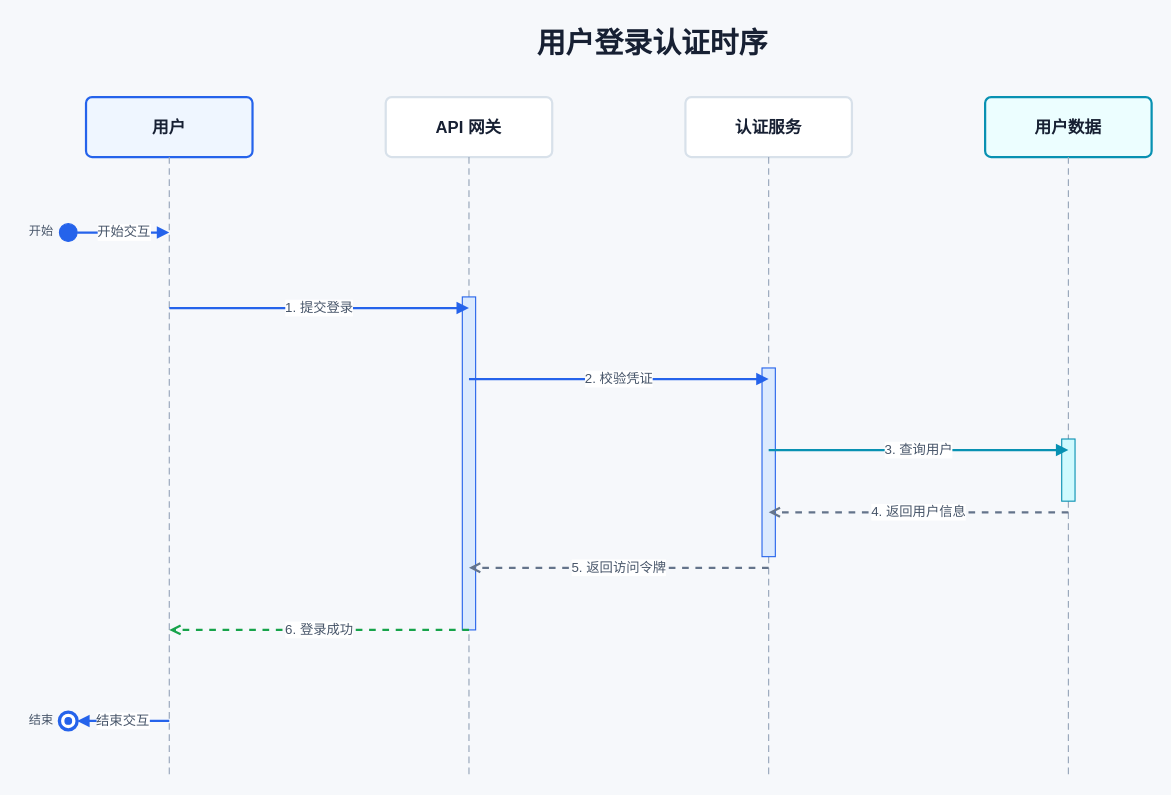
This is .opencode/skills/xml-diagram/examples/sequence-light-login.drawio from BeWaterMyFriend7/SKILL-PROJECT, a draw.io file, before an edit. Source tidied: cells renumbered, new cells numbered last; positions are measured from the earlier drawing's top-left corner, leaving out a move shared by most shapes. Both pictures are drawn from the tidied source at 111%, with x=0, y=0 at pixel (19, 19).
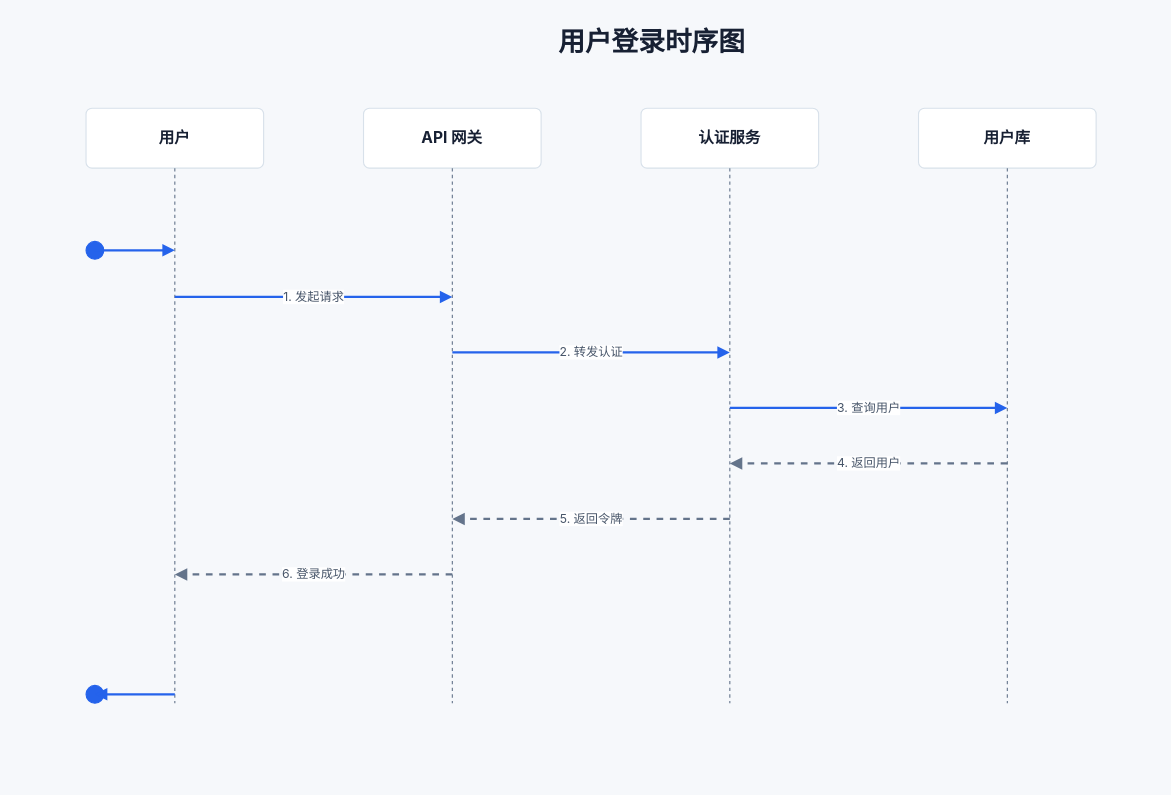
The same diagram, later.

What changed in the source:
```diff
@@
-    <mxCell id="2" value="用户登录认证时序" style="text;html=1;strokeColor=none;fillColor=none;align=center;fontSize=26;fontStyle=1;fontColor=#172033;" parent="1" vertex="1">
-      <mxGeometry x="330" width="480" height="42" as="geometry" />
-    </mxCell>
+    <mxCell id="27" value="用户登录时序图" style="text;strokeColor=none;fillColor=none;align=center;verticalAlign=middle;html=1;whiteSpace=wrap;fontFamily=Inter, Noto Sans SC, Microsoft YaHei, sans-serif;fontSize=24;fontColor=#172033;fontStyle=1;" parent="1" vertex="1">
+      <mxGeometry x="330" width="480" height="42" as="geometry" />
+    </mxCell>
-    <mxCell id="3" value="用户" style="rounded=1;arcSize=10;whiteSpace=wrap;html=1;fillColor=#EFF6FF;strokeColor=#2563EB;strokeWidth=2;fontColor=#172033;fontSize=15;fontStyle=1;" parent="1" vertex="1">
-      <mxGeometry x="60" y="70" width="150" height="54" as="geometry" />
+    <mxCell id="3" value="用户" style="rounded=1;arcSize=10;fillColor=#FFFFFF;strokeColor=#D8E1EA;html=1;whiteSpace=wrap;fontFamily=Inter, Noto Sans SC, Microsoft YaHei, sans-serif;fontSize=14;fontColor=#172033;fontStyle=1;" parent="1" vertex="1">
+      <mxGeometry x="60" y="80" width="160" height="54" as="geometry" />
     </mxCell>
+    <mxCell id="28" style="endArrow=none;dashed=1;html=1;strokeColor=#64748B;strokeWidth=1;" parent="1" edge="1">
+      <mxGeometry relative="1" as="geometry">
+        <mxPoint x="140" y="134" as="sourcePoint" />
+        <mxPoint x="140" y="616" as="targetPoint" />
+      </mxGeometry>
+    </mxCell>
-    <mxCell id="4" value="API 网关" style="rounded=1;arcSize=10;whiteSpace=wrap;html=1;fillColor=#FFFFFF;strokeColor=#D8E1EA;strokeWidth=2;fontColor=#172033;fontSize=15;fontStyle=1;" parent="1" vertex="1">
-      <mxGeometry x="330" y="70" width="150" height="54" as="geometry" />
+    <mxCell id="4" value="API 网关" style="rounded=1;arcSize=10;fillColor=#FFFFFF;strokeColor=#D8E1EA;html=1;whiteSpace=wrap;fontFamily=Inter, Noto Sans SC, Microsoft YaHei, sans-serif;fontSize=14;fontColor=#172033;fontStyle=1;" parent="1" vertex="1">
+      <mxGeometry x="310" y="80" width="160" height="54" as="geometry" />
     </mxCell>
+    <mxCell id="29" style="endArrow=none;dashed=1;html=1;strokeColor=#64748B;strokeWidth=1;" parent="1" edge="1">
+      <mxGeometry relative="1" as="geometry">
+        <mxPoint x="390" y="134" as="sourcePoint" />
+        <mxPoint x="390" y="616" as="targetPoint" />
+      </mxGeometry>
+    </mxCell>
-    <mxCell id="5" value="认证服务" style="rounded=1;arcSize=10;whiteSpace=wrap;html=1;fillColor=#FFFFFF;strokeColor=#D8E1EA;strokeWidth=2;fontColor=#172033;fontSize=15;fontStyle=1;" parent="1" vertex="1">
-      <mxGeometry x="600" y="70" width="150" height="54" as="geometry" />
+    <mxCell id="5" value="认证服务" style="rounded=1;arcSize=10;fillColor=#FFFFFF;strokeColor=#D8E1EA;html=1;whiteSpace=wrap;fontFamily=Inter, Noto Sans SC, Microsoft YaHei, sans-serif;fontSize=14;fontColor=#172033;fontStyle=1;" parent="1" vertex="1">
+      <mxGeometry x="560" y="80" width="160" height="54" as="geometry" />
     </mxCell>
-    <mxCell id="6" value="用户数据" style="rounded=1;arcSize=10;whiteSpace=wrap;html=1;fillColor=#ECFEFF;strokeColor=#0891B2;strokeWidth=2;fontColor=#172033;fontSize=15;fontStyle=1;" parent="1" vertex="1">
-      <mxGeometry x="870" y="70" width="150" height="54" as="geometry" />
-    </mxCell>
-    <mxCell id="7" style="edgeStyle=none;html=1;strokeColor=#94A3B8;dashed=1;dashPattern=6 4;startArrow=none;endArrow=none;" parent="1" edge="1">
-      <mxGeometry relative="1" as="geometry">
-        <mxPoint x="135" y="124" as="sourcePoint" />
-        <mxPoint x="135" y="680" as="targetPoint" />
-      </mxGeometry>
-    </mxCell>
-    <mxCell id="8" style="edgeStyle=none;html=1;strokeColor=#94A3B8;dashed=1;dashPattern=6 4;startArrow=none;endArrow=none;" parent="1" edge="1">
-      <mxGeometry relative="1" as="geometry">
-        <mxPoint x="405" y="124" as="sourcePoint" />
-        <mxPoint x="405" y="680" as="targetPoint" />
-      </mxGeometry>
-    </mxCell>
-    <mxCell id="9" style="edgeStyle=none;html=1;strokeColor=#94A3B8;dashed=1;dashPattern=6 4;startArrow=none;endArrow=none;" parent="1" edge="1">
-      <mxGeometry relative="1" as="geometry">
-        <mxPoint x="675" y="124" as="sourcePoint" />
-        <mxPoint x="675" y="680" as="targetPoint" />
-      </mxGeometry>
-    </mxCell>
-    <mxCell id="10" style="edgeStyle=none;html=1;strokeColor=#94A3B8;dashed=1;dashPattern=6 4;startArrow=none;endArrow=none;" parent="1" edge="1">
-      <mxGeometry relative="1" as="geometry">
-        <mxPoint x="945" y="124" as="sourcePoint" />
-        <mxPoint x="945" y="680" as="targetPoint" />
-      </mxGeometry>
-    </mxCell>
+    <mxCell id="30" style="endArrow=none;dashed=1;html=1;strokeColor=#64748B;strokeWidth=1;" parent="1" edge="1">
+      <mxGeometry relative="1" as="geometry">
+        <mxPoint x="640" y="134" as="sourcePoint" />
+        <mxPoint x="640" y="616" as="targetPoint" />
+      </mxGeometry>
+    </mxCell>
+    <mxCell id="31" value="用户库" style="rounded=1;arcSize=10;fillColor=#FFFFFF;strokeColor=#D8E1EA;html=1;whiteSpace=wrap;fontFamily=Inter, Noto Sans SC, Microsoft YaHei, sans-serif;fontSize=14;fontColor=#172033;fontStyle=1;" parent="1" vertex="1">
+      <mxGeometry x="810" y="80" width="160" height="54" as="geometry" />
+    </mxCell>
+    <mxCell id="32" style="endArrow=none;dashed=1;html=1;strokeColor=#64748B;strokeWidth=1;" parent="1" edge="1">
+      <mxGeometry relative="1" as="geometry">
+        <mxPoint x="890" y="134" as="sourcePoint" />
+        <mxPoint x="890" y="616" as="targetPoint" />
+      </mxGeometry>
+    </mxCell>
-    <mxCell id="11" style="ellipse;whiteSpace=wrap;html=1;fillColor=#2563EB;strokeColor=#2563EB;" parent="1" vertex="1">
-      <mxGeometry x="36" y="184" width="16" height="16" as="geometry" />
+    <mxCell id="11" style="ellipse;fillColor=#2563EB;strokeColor=#2563EB;align=center;verticalAlign=middle;html=1;whiteSpace=wrap;fontFamily=Inter, Noto Sans SC, Microsoft YaHei, sans-serif;fontSize=12;fontColor=#475569;" parent="1" vertex="1">
+      <mxGeometry x="60" y="200" width="16" height="16" as="geometry" />
     </mxCell>
-    <mxCell id="12" value="开始" style="text;html=1;strokeColor=none;fillColor=none;align=right;fontSize=11;fontColor=#475569;" parent="1" vertex="1">
-      <mxGeometry y="178" width="32" height="24" as="geometry" />
-    </mxCell>
-    <mxCell id="13" style="ellipse;whiteSpace=wrap;html=1;fillColor=#FFFFFF;strokeColor=#2563EB;strokeWidth=3;" parent="1" vertex="1">
-      <mxGeometry x="36" y="624" width="16" height="16" as="geometry" />
+    <mxCell id="13" style="ellipse;fillColor=#2563EB;strokeColor=#2563EB;align=center;verticalAlign=middle;html=1;whiteSpace=wrap;fontFamily=Inter, Noto Sans SC, Microsoft YaHei, sans-serif;fontSize=12;fontColor=#475569;" parent="1" vertex="1">
+      <mxGeometry x="60" y="600" width="16" height="16" as="geometry" />
     </mxCell>
-    <mxCell id="14" style="ellipse;whiteSpace=wrap;html=1;fillColor=#2563EB;strokeColor=#2563EB;" parent="1" vertex="1">
-      <mxGeometry x="41" y="629" width="6" height="6" as="geometry" />
-    </mxCell>
-    <mxCell id="15" value="结束" style="text;html=1;strokeColor=none;fillColor=none;align=right;fontSize=11;fontColor=#475569;" parent="1" vertex="1">
-      <mxGeometry y="618" width="32" height="24" as="geometry" />
-    </mxCell>
-    <mxCell id="16" style="rounded=0;whiteSpace=wrap;html=1;fillColor=#DBEAFE;strokeColor=#2563EB;" parent="1" vertex="1">
-      <mxGeometry x="399" y="250" width="12" height="300" as="geometry" />
-    </mxCell>
-    <mxCell id="17" style="rounded=0;whiteSpace=wrap;html=1;fillColor=#DBEAFE;strokeColor=#2563EB;" parent="1" vertex="1">
-      <mxGeometry x="669" y="314" width="12" height="170" as="geometry" />
-    </mxCell>
-    <mxCell id="18" style="rounded=0;whiteSpace=wrap;html=1;fillColor=#CFFAFE;strokeColor=#0891B2;" parent="1" vertex="1">
-      <mxGeometry x="939" y="378" width="12" height="56" as="geometry" />
-    </mxCell>
-    <mxCell id="19" value="开始交互" style="edgeStyle=none;html=1;strokeColor=#2563EB;strokeWidth=2;endArrow=block;fontSize=12;fontColor=#475569;" parent="1" edge="1">
+    <mxCell id="19" style="edgeStyle=orthogonalEdgeStyle;rounded=0;html=1;strokeColor=#2563EB;strokeWidth=2;endArrow=block;endFill=1;fontFamily=Inter, Noto Sans SC, Microsoft YaHei, sans-serif;fontSize=11;fontColor=#475569;" parent="1" edge="1">
       <mxGeometry relative="1" as="geometry">
-        <mxPoint x="52" y="192" as="sourcePoint" />
-        <mxPoint x="135" y="192" as="targetPoint" />
+        <mxPoint x="68" y="208" as="sourcePoint" />
+        <mxPoint x="140" y="208" as="targetPoint" />
       </mxGeometry>
     </mxCell>
-    <mxCell id="20" value="1. 提交登录" style="edgeStyle=none;html=1;strokeColor=#2563EB;strokeWidth=2;endArrow=block;fontSize=12;fontColor=#475569;" parent="1" edge="1">
-      <mxGeometry relative="1" as="geometry">
-        <mxPoint x="135" y="260" as="sourcePoint" />
-        <mxPoint x="405" y="260" as="targetPoint" />
-      </mxGeometry>
-    </mxCell>
-    <mxCell id="21" value="2. 校验凭证" style="edgeStyle=none;html=1;strokeColor=#2563EB;strokeWidth=2;endArrow=block;fontSize=12;fontColor=#475569;" parent="1" edge="1">
-      <mxGeometry relative="1" as="geometry">
-        <mxPoint x="405" y="324" as="sourcePoint" />
-        <mxPoint x="675" y="324" as="targetPoint" />
-      </mxGeometry>
-    </mxCell>
+    <mxCell id="33" value="1. 发起请求" style="edgeStyle=orthogonalEdgeStyle;rounded=0;html=1;strokeColor=#2563EB;strokeWidth=2;endArrow=block;endFill=1;fontFamily=Inter, Noto Sans SC, Microsoft YaHei, sans-serif;fontSize=11;fontColor=#475569;" parent="1" edge="1">
+      <mxGeometry relative="1" as="geometry">
+        <mxPoint x="140" y="250" as="sourcePoint" />
+        <mxPoint x="390" y="250" as="targetPoint" />
+      </mxGeometry>
+    </mxCell>
+    <mxCell id="34" value="2. 转发认证" style="edgeStyle=orthogonalEdgeStyle;rounded=0;html=1;strokeColor=#2563EB;strokeWidth=2;endArrow=block;endFill=1;fontFamily=Inter, Noto Sans SC, Microsoft YaHei, sans-serif;fontSize=11;fontColor=#475569;" parent="1" edge="1">
+      <mxGeometry relative="1" as="geometry">
+        <mxPoint x="390" y="300" as="sourcePoint" />
+        <mxPoint x="640" y="300" as="targetPoint" />
+      </mxGeometry>
+    </mxCell>
-    <mxCell id="22" value="3. 查询用户" style="edgeStyle=none;html=1;strokeColor=#0891B2;strokeWidth=2;endArrow=block;fontSize=12;fontColor=#475569;" parent="1" edge="1">
+    <mxCell id="22" value="3. 查询用户" style="edgeStyle=orthogonalEdgeStyle;rounded=0;html=1;strokeColor=#2563EB;strokeWidth=2;endArrow=block;endFill=1;fontFamily=Inter, Noto Sans SC, Microsoft YaHei, sans-serif;fontSize=11;fontColor=#475569;" parent="1" edge="1">
       <mxGeometry relative="1" as="geometry">
-        <mxPoint x="675" y="388" as="sourcePoint" />
-        <mxPoint x="945" y="388" as="targetPoint" />
+        <mxPoint x="640" y="350" as="sourcePoint" />
+        <mxPoint x="890" y="350" as="targetPoint" />
       </mxGeometry>
     </mxCell>
-    <mxCell id="23" value="4. 返回用户信息" style="edgeStyle=none;html=1;strokeColor=#64748B;strokeWidth=2;dashed=1;endArrow=open;fontSize=12;fontColor=#475569;" parent="1" edge="1">
-      <mxGeometry relative="1" as="geometry">
-        <mxPoint x="945" y="444" as="sourcePoint" />
-        <mxPoint x="675" y="444" as="targetPoint" />
-      </mxGeometry>
-    </mxCell>
-    <mxCell id="24" value="5. 返回访问令牌" style="edgeStyle=none;html=1;strokeColor=#64748B;strokeWidth=2;dashed=1;endArrow=open;fontSize=12;fontColor=#475569;" parent="1" edge="1">
-      <mxGeometry relative="1" as="geometry">
-        <mxPoint x="675" y="494" as="sourcePoint" />
-        <mxPoint x="405" y="494" as="targetPoint" />
-      </mxGeometry>
-    </mxCell>
+    <mxCell id="35" value="4. 返回用户" style="edgeStyle=orthogonalEdgeStyle;rounded=0;html=1;strokeColor=#64748B;strokeWidth=2;endArrow=block;endFill=1;dashed=1;fontFamily=Inter, Noto Sans SC, Microsoft YaHei, sans-serif;fontSize=11;fontColor=#475569;" parent="1" edge="1">
+      <mxGeometry relative="1" as="geometry">
+        <mxPoint x="890" y="400" as="sourcePoint" />
+        <mxPoint x="640" y="400" as="targetPoint" />
+      </mxGeometry>
+    </mxCell>
+    <mxCell id="36" value="5. 返回令牌" style="edgeStyle=orthogonalEdgeStyle;rounded=0;html=1;strokeColor=#64748B;strokeWidth=2;endArrow=block;endFill=1;dashed=1;fontFamily=Inter, Noto Sans SC, Microsoft YaHei, sans-serif;fontSize=11;fontColor=#475569;" parent="1" edge="1">
+      <mxGeometry relative="1" as="geometry">
+        <mxPoint x="640" y="450" as="sourcePoint" />
+        <mxPoint x="390" y="450" as="targetPoint" />
+      </mxGeometry>
+    </mxCell>
-    <mxCell id="25" value="6. 登录成功" style="edgeStyle=none;html=1;strokeColor=#16A34A;strokeWidth=2;dashed=1;endArrow=open;fontSize=12;fontColor=#475569;" parent="1" edge="1">
+    <mxCell id="25" value="6. 登录成功" style="edgeStyle=orthogonalEdgeStyle;rounded=0;html=1;strokeColor=#64748B;strokeWidth=2;endArrow=block;endFill=1;dashed=1;fontFamily=Inter, Noto Sans SC, Microsoft YaHei, sans-serif;fontSize=11;fontColor=#475569;" parent="1" edge="1">
       <mxGeometry relative="1" as="geometry">
-        <mxPoint x="405" y="550" as="sourcePoint" />
-        <mxPoint x="135" y="550" as="targetPoint" />
+        <mxPoint x="390" y="500" as="sourcePoint" />
+        <mxPoint x="140" y="500" as="targetPoint" />
       </mxGeometry>
     </mxCell>
-    <mxCell id="26" value="结束交互" style="edgeStyle=none;html=1;strokeColor=#2563EB;strokeWidth=2;endArrow=block;fontSize=12;fontColor=#475569;" parent="1" edge="1">
+    <mxCell id="26" style="edgeStyle=orthogonalEdgeStyle;rounded=0;html=1;strokeColor=#2563EB;strokeWidth=2;endArrow=block;endFill=1;fontFamily=Inter, Noto Sans SC, Microsoft YaHei, sans-serif;fontSize=11;fontColor=#475569;" parent="1" edge="1">
       <mxGeometry relative="1" as="geometry">
-        <mxPoint x="135" y="632" as="sourcePoint" />
-        <mxPoint x="52" y="632" as="targetPoint" />
+        <mxPoint x="140" y="608" as="sourcePoint" />
+        <mxPoint x="68" y="608" as="targetPoint" />
       </mxGeometry>
     </mxCell>
```
